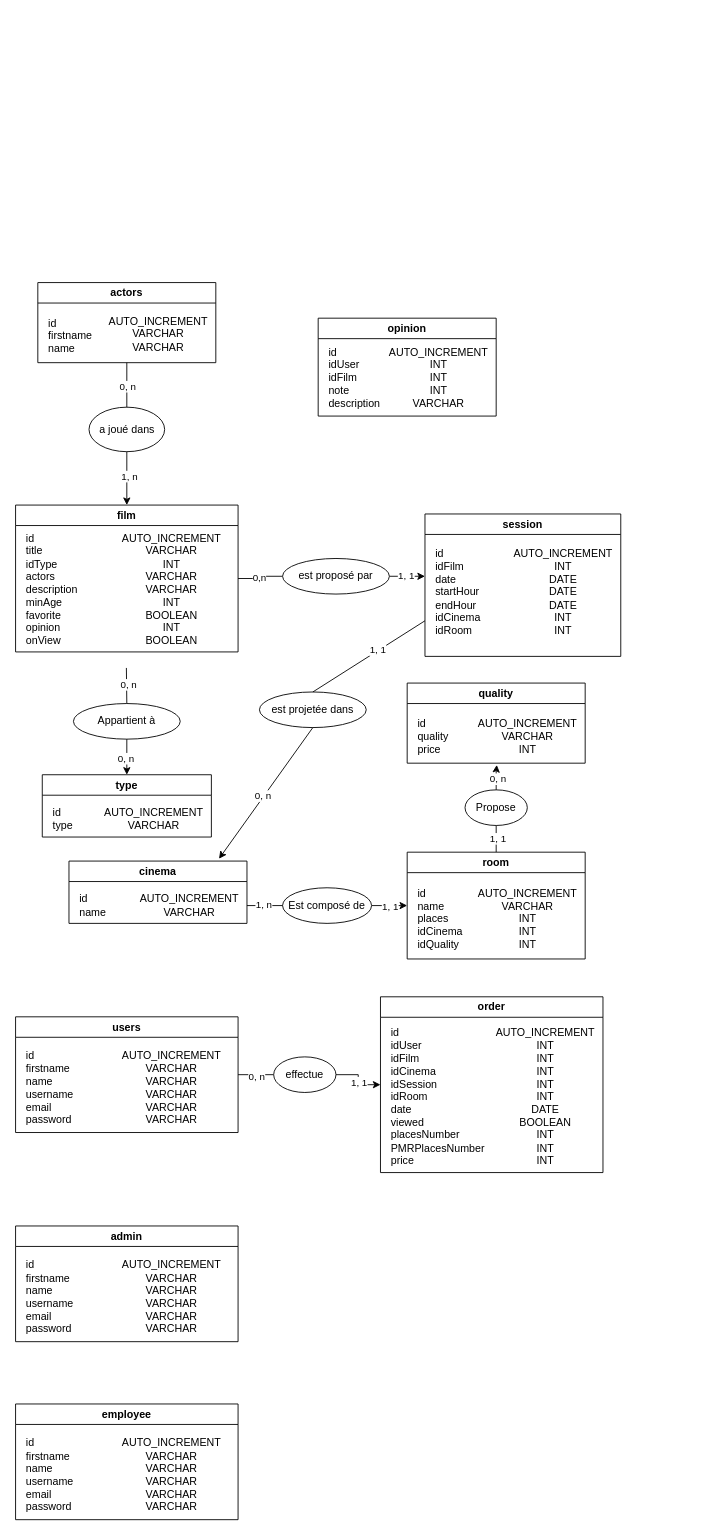
The draw.io diagram charts/MCD.drawio in Thifanie/cinephoria, before the edit. Source tidied: cells renumbered, new cells numbered last; positions are measured from the earlier drawing's top-left corner, leaving out a move shared by most shapes. Both pictures are drawn from the tidied source at 89%, with x=0, y=0 at pixel (15, 282).
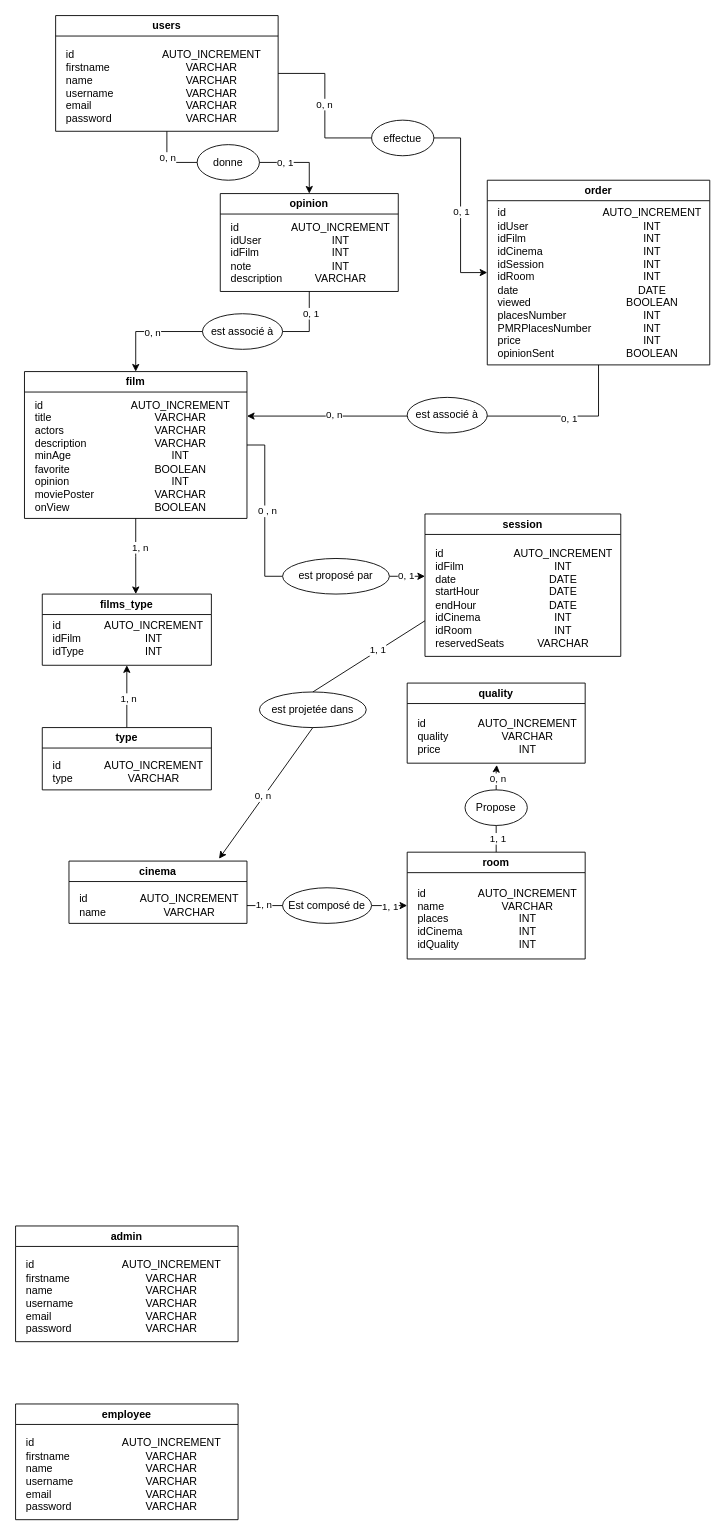
Above is the later version.

Commit message:
Mettre à jour MCD.drawio

Unchanged cells that the change refers to:
```xml
<mxCell id="7" style="edgeStyle=orthogonalEdgeStyle;rounded=0;jettySize=auto;html=1;exitX=1;exitY=0.5;exitDx=0;exitDy=0;entryX=0;entryY=0.5;entryDx=0;entryDy=0;strokeColor=default;endArrow=none;endFill=0;" parent="1" edge="1" source="9" target="19">
  <mxGeometry relative="1" as="geometry" />
</mxCell>
<mxCell id="14" value="session" style="swimlane;whiteSpace=wrap;html=1;fillColor=#FFFFFF;gradientColor=none;swimlaneLine=1;rounded=0;shadow=0;glass=0;" parent="1" vertex="1">
  <mxGeometry x="460" y="260" width="220" height="160" as="geometry" />
</mxCell>
<mxCell id="17" style="edgeStyle=orthogonalEdgeStyle;rounded=0;jettySize=auto;html=1;exitX=1;exitY=0.5;exitDx=0;exitDy=0;endArrow=classic;endFill=1;" parent="1" edge="1" source="19">
  <mxGeometry relative="1" as="geometry">
    <mxPoint x="460" y="330" as="targetPoint" />
  </mxGeometry>
</mxCell>
<mxCell id="70" value="opinion" style="swimlane;whiteSpace=wrap;html=1;fillColor=#FFFFFF;gradientColor=none;swimlaneLine=1;rounded=0;shadow=0;glass=0;startSize=23;" parent="69" vertex="1">
  <mxGeometry width="200" height="110" as="geometry" />
</mxCell>
```

The edit, as a diff of the source:
```diff
@@
-    <mxCell id="2" style="edgeStyle=orthogonalEdgeStyle;rounded=0;jettySize=auto;html=1;entryX=0;entryY=0.5;entryDx=0;entryDy=0;endArrow=none;endFill=0;" parent="1" edge="1" source="4" target="55">
-      <mxGeometry relative="1" as="geometry" />
-    </mxCell>
-    <mxCell id="3" value="0, n" style="edgeLabel;html=1;align=center;verticalAlign=middle;" parent="2" vertex="1">
-      <mxGeometry x="-0.02" y="-1" relative="1" as="geometry" />
-    </mxCell>
-    <mxCell id="4" value="users" style="swimlane;whiteSpace=wrap;html=1;fillColor=#FFFFFF;gradientColor=none;swimlaneLine=1;rounded=0;shadow=0;glass=0;startSize=23;" parent="1" vertex="1">
-      <mxGeometry y="825" width="250" height="130" as="geometry" />
-    </mxCell>
-    <mxCell id="5" value="AUTO_INCREMENT&lt;div&gt;VARCHAR&lt;/div&gt;&lt;div&gt;VARCHAR&lt;/div&gt;&lt;div&gt;VARCHAR&lt;/div&gt;&lt;div&gt;VARCHAR&lt;/div&gt;&lt;div&gt;VARCHAR&lt;/div&gt;" style="text;html=1;align=center;verticalAlign=middle;strokeColor=none;fillColor=none;" parent="4" vertex="1">
-      <mxGeometry x="110" y="30" width="130" height="100" as="geometry" />
-    </mxCell>
-    <mxCell id="6" value="id&lt;div&gt;firstname&lt;div&gt;name&lt;/div&gt;&lt;/div&gt;&lt;div style=&quot;&quot;&gt;username&lt;/div&gt;&lt;div&gt;email&lt;/div&gt;&lt;div&gt;password&lt;/div&gt;" style="text;html=1;align=left;verticalAlign=middle;strokeColor=none;fillColor=none;" parent="4" vertex="1">
-      <mxGeometry x="10" y="30" width="80" height="100" as="geometry" />
-    </mxCell>
@@
-    <mxCell id="8" value="0,n" style="edgeLabel;html=1;align=center;verticalAlign=middle;" parent="7" vertex="1">
+    <mxCell id="8" value="0 , n" style="edgeLabel;html=1;align=center;verticalAlign=middle;" parent="7" vertex="1">
       <mxGeometry y="2" relative="1" as="geometry" />
     </mxCell>
     <mxCell id="9" value="film" style="swimlane;whiteSpace=wrap;html=1;fillColor=#FFFFFF;gradientColor=none;swimlaneLine=1;rounded=0;shadow=0;glass=0;startSize=23;" parent="1" vertex="1">
-      <mxGeometry y="250" width="250" height="165" as="geometry" />
+      <mxGeometry x="10" y="100" width="250" height="165" as="geometry" />
     </mxCell>
-    <mxCell id="10" value="AUTO_INCREMENT&lt;div&gt;VARCHAR&lt;/div&gt;&lt;div&gt;INT&lt;/div&gt;&lt;div&gt;VARCHAR&lt;/div&gt;&lt;div&gt;VARCHAR&lt;/div&gt;&lt;div&gt;INT&lt;/div&gt;&lt;div&gt;BOOLEAN&lt;/div&gt;&lt;div&gt;INT&lt;/div&gt;&lt;div&gt;BOOLEAN&lt;/div&gt;" style="text;html=1;align=center;verticalAlign=middle;strokeColor=none;fillColor=none;" parent="9" vertex="1">
+    <mxCell id="10" value="AUTO_INCREMENT&lt;div&gt;VARCHAR&lt;/div&gt;&lt;div&gt;VARCHAR&lt;/div&gt;&lt;div&gt;VARCHAR&lt;/div&gt;&lt;div&gt;INT&lt;/div&gt;&lt;div&gt;BOOLEAN&lt;/div&gt;&lt;div&gt;INT&lt;/div&gt;&lt;div&gt;VARCHAR&lt;/div&gt;&lt;div&gt;BOOLEAN&lt;/div&gt;" style="text;html=1;align=center;verticalAlign=middle;strokeColor=none;fillColor=none;" parent="9" vertex="1">
       <mxGeometry x="110" y="25" width="130" height="140" as="geometry" />
     </mxCell>
-    <mxCell id="11" value="id&lt;div&gt;title&lt;div&gt;idType&lt;/div&gt;&lt;/div&gt;&lt;div style=&quot;&quot;&gt;actors&lt;/div&gt;&lt;div&gt;description&lt;/div&gt;&lt;div&gt;minAge&lt;/div&gt;&lt;div&gt;favorite&lt;/div&gt;&lt;div&gt;opinion&lt;/div&gt;&lt;div&gt;onView&lt;/div&gt;" style="text;html=1;align=left;verticalAlign=middle;strokeColor=none;fillColor=none;" parent="9" vertex="1">
-      <mxGeometry x="10" y="25" width="80" height="140" as="geometry" />
+    <mxCell id="11" value="id&lt;div&gt;title&lt;/div&gt;&lt;div style=&quot;&quot;&gt;actors&lt;/div&gt;&lt;div&gt;description&lt;/div&gt;&lt;div&gt;minAge&lt;/div&gt;&lt;div&gt;favorite&lt;/div&gt;&lt;div&gt;opinion&lt;/div&gt;&lt;div&gt;moviePoster&lt;/div&gt;&lt;div&gt;onView&lt;/div&gt;" style="text;html=1;align=left;verticalAlign=middle;strokeColor=none;fillColor=none;" parent="9" vertex="1">
+      <mxGeometry x="10" y="25" width="90" height="140" as="geometry" />
     </mxCell>
-    <mxCell id="12" style="endArrow=none;html=1;rounded=0;exitX=0.5;exitY=0;exitDx=0;exitDy=0;" parent="1" edge="1">
-      <mxGeometry relative="1" as="geometry">
-        <mxPoint x="125" y="473" as="sourcePoint" />
-        <mxPoint x="124.5" y="433" as="targetPoint" />
-      </mxGeometry>
-    </mxCell>
-    <mxCell id="13" value="0, n" style="edgeLabel;html=1;align=center;verticalAlign=middle;" parent="12" vertex="1">
-      <mxGeometry x="0.03" y="-2" relative="1" as="geometry" />
-    </mxCell>
@@
-    <mxCell id="15" value="AUTO_INCREMENT&lt;div&gt;INT&lt;/div&gt;&lt;div&gt;DATE&lt;/div&gt;&lt;div&gt;DATE&lt;/div&gt;&lt;div&gt;DATE&lt;/div&gt;&lt;div&gt;INT&lt;/div&gt;&lt;div&gt;INT&lt;/div&gt;&lt;div&gt;&lt;br&gt;&lt;/div&gt;" style="text;html=1;align=center;verticalAlign=middle;strokeColor=none;fillColor=none;" parent="14" vertex="1">
+    <mxCell id="15" value="AUTO_INCREMENT&lt;div&gt;INT&lt;/div&gt;&lt;div&gt;DATE&lt;/div&gt;&lt;div&gt;DATE&lt;/div&gt;&lt;div&gt;DATE&lt;/div&gt;&lt;div&gt;INT&lt;/div&gt;&lt;div&gt;INT&lt;/div&gt;&lt;div&gt;VARCHAR&lt;/div&gt;" style="text;html=1;align=center;verticalAlign=middle;strokeColor=none;fillColor=none;" parent="14" vertex="1">
       <mxGeometry x="90" y="30" width="130" height="130" as="geometry" />
     </mxCell>
-    <mxCell id="16" value="id&lt;div&gt;idFilm&lt;br&gt;&lt;div&gt;date&lt;/div&gt;&lt;/div&gt;&lt;div style=&quot;&quot;&gt;startHour&lt;/div&gt;&lt;div&gt;endHour&lt;/div&gt;&lt;div&gt;idCinema&lt;/div&gt;&lt;div&gt;idRoom&lt;/div&gt;&lt;div&gt;&lt;br&gt;&lt;/div&gt;" style="text;html=1;align=left;verticalAlign=middle;strokeColor=none;fillColor=none;" parent="14" vertex="1">
-      <mxGeometry x="10" y="30" width="70" height="130" as="geometry" />
+    <mxCell id="16" value="id&lt;div&gt;idFilm&lt;br&gt;&lt;div&gt;date&lt;/div&gt;&lt;/div&gt;&lt;div style=&quot;&quot;&gt;startHour&lt;/div&gt;&lt;div&gt;endHour&lt;/div&gt;&lt;div&gt;idCinema&lt;/div&gt;&lt;div&gt;idRoom&lt;/div&gt;&lt;div&gt;reservedSeats&lt;/div&gt;" style="text;html=1;align=left;verticalAlign=middle;strokeColor=none;fillColor=none;" parent="14" vertex="1">
+      <mxGeometry x="10" y="30" width="100" height="130" as="geometry" />
     </mxCell>
@@
-    <mxCell id="18" value="1, 1" style="edgeLabel;html=1;align=center;verticalAlign=middle;" parent="17" vertex="1">
+    <mxCell id="18" value="0, 1" style="edgeLabel;html=1;align=center;verticalAlign=middle;" parent="17" vertex="1">
       <mxGeometry x="-0.1" y="1" relative="1" as="geometry" />
     </mxCell>
@@
+    <mxCell id="73" style="edgeStyle=orthogonalEdgeStyle;rounded=0;jettySize=auto;html=1;" parent="1" edge="1" source="40" target="75">
+      <mxGeometry relative="1" as="geometry" />
+    </mxCell>
+    <mxCell id="74" value="1, n" style="edgeLabel;html=1;align=center;verticalAlign=middle;" parent="73" vertex="1">
+      <mxGeometry x="-0.06" y="-1" relative="1" as="geometry" />
+    </mxCell>
     <mxCell id="40" value="type" style="swimlane;whiteSpace=wrap;html=1;fillColor=#FFFFFF;gradientColor=none;swimlaneLine=1;rounded=0;shadow=0;glass=0;" parent="1" vertex="1">
-      <mxGeometry x="30" y="553" width="190" height="70" as="geometry" />
+      <mxGeometry x="30" y="500" width="190" height="70" as="geometry" />
     </mxCell>
@@
-    <mxCell id="43" value="Appartient à" style="ellipse;whiteSpace=wrap;html=1;" parent="1" vertex="1">
-      <mxGeometry x="65" y="473" width="120" height="40" as="geometry" />
-    </mxCell>
-    <mxCell id="44" style="endArrow=classic;html=1;rounded=0;entryX=0.5;entryY=1;entryDx=0;entryDy=0;endFill=1;exitX=0.5;exitY=1;exitDx=0;exitDy=0;" parent="1" edge="1" source="43">
-      <mxGeometry relative="1" as="geometry">
-        <mxPoint x="125" y="553" as="targetPoint" />
-      </mxGeometry>
-    </mxCell>
-    <mxCell id="45" value="0, n" style="edgeLabel;html=1;align=center;verticalAlign=middle;" parent="44" vertex="1">
-      <mxGeometry x="0.03" y="-2" relative="1" as="geometry" />
-    </mxCell>
@@
-    <mxCell id="50" value="order" style="swimlane;whiteSpace=wrap;html=1;fillColor=#FFFFFF;gradientColor=none;swimlaneLine=1;rounded=0;shadow=0;glass=0;" parent="1" vertex="1">
-      <mxGeometry x="410" y="802.5" width="250" height="197.5" as="geometry" />
-    </mxCell>
-    <mxCell id="51" value="AUTO_INCREMENT&lt;div&gt;INT&lt;/div&gt;&lt;div&gt;INT&lt;/div&gt;&lt;div&gt;INT&lt;/div&gt;&lt;div&gt;INT&lt;/div&gt;&lt;div&gt;INT&lt;/div&gt;&lt;div&gt;DATE&lt;/div&gt;&lt;div&gt;BOOLEAN&lt;/div&gt;&lt;div&gt;INT&lt;/div&gt;&lt;div&gt;INT&lt;/div&gt;&lt;div&gt;INT&lt;/div&gt;" style="text;html=1;align=center;verticalAlign=middle;strokeColor=none;fillColor=none;" parent="50" vertex="1">
-      <mxGeometry x="120" y="27.5" width="130" height="170" as="geometry" />
-    </mxCell>
-    <mxCell id="52" value="id&lt;div&gt;idUser&lt;br&gt;&lt;div&gt;idFilm&lt;/div&gt;&lt;div&gt;idCinema&lt;br&gt;&lt;div&gt;idSession&lt;/div&gt;&lt;/div&gt;&lt;div&gt;idRoom&lt;/div&gt;&lt;div&gt;date&lt;/div&gt;&lt;div&gt;viewed&lt;/div&gt;&lt;div&gt;placesNumber&lt;/div&gt;&lt;div&gt;PMRPlacesNumber&lt;/div&gt;&lt;div&gt;price&lt;/div&gt;&lt;/div&gt;" style="text;html=1;align=left;verticalAlign=middle;strokeColor=none;fillColor=none;" parent="50" vertex="1">
-      <mxGeometry x="10" y="27.5" width="130" height="170" as="geometry" />
-    </mxCell>
-    <mxCell id="53" style="edgeStyle=orthogonalEdgeStyle;rounded=0;jettySize=auto;html=1;entryX=0;entryY=0.5;entryDx=0;entryDy=0;endArrow=classic;endFill=1;" parent="1" edge="1" source="55" target="50">
-      <mxGeometry relative="1" as="geometry" />
-    </mxCell>
-    <mxCell id="54" value="1, 1" style="edgeLabel;html=1;align=center;verticalAlign=middle;" parent="53" vertex="1">
-      <mxGeometry x="0.07" relative="1" as="geometry" />
-    </mxCell>
-    <mxCell id="55" value="effectue" style="ellipse;whiteSpace=wrap;html=1;" parent="1" vertex="1">
-      <mxGeometry x="290" y="870" width="70" height="40" as="geometry" />
-    </mxCell>
@@
-    <mxCell id="62" style="edgeStyle=orthogonalEdgeStyle;rounded=0;jettySize=auto;html=1;entryX=0.5;entryY=0;entryDx=0;entryDy=0;" parent="1" edge="1" source="65" target="9">
-      <mxGeometry relative="1" as="geometry" />
-    </mxCell>
-    <mxCell id="63" value="0, n" style="edgeLabel;html=1;align=center;verticalAlign=middle;" parent="62" vertex="1">
-      <mxGeometry x="-0.68" relative="1" as="geometry" />
-    </mxCell>
-    <mxCell id="64" value="1, n" style="edgeLabel;html=1;align=center;verticalAlign=middle;" parent="62" vertex="1">
-      <mxGeometry x="0.59" y="2" relative="1" as="geometry" />
-    </mxCell>
-    <mxCell id="65" value="actors" style="swimlane;whiteSpace=wrap;html=1;fillColor=#FFFFFF;gradientColor=none;swimlaneLine=1;rounded=0;shadow=0;glass=0;startSize=23;" parent="1" vertex="1">
-      <mxGeometry x="25" width="200" height="90" as="geometry" />
-    </mxCell>
-    <mxCell id="66" value="AUTO_INCREMENT&lt;div&gt;VARCHAR&lt;/div&gt;&lt;div&gt;VARCHAR&lt;/div&gt;&lt;div&gt;&lt;br&gt;&lt;/div&gt;" style="text;html=1;align=center;verticalAlign=middle;strokeColor=none;fillColor=none;" parent="65" vertex="1">
-      <mxGeometry x="70" y="30" width="130" height="70" as="geometry" />
-    </mxCell>
-    <mxCell id="67" value="id&lt;div&gt;firstname&lt;br&gt;&lt;div&gt;name&lt;/div&gt;&lt;/div&gt;" style="text;html=1;align=left;verticalAlign=middle;strokeColor=none;fillColor=none;" parent="65" vertex="1">
-      <mxGeometry x="10" y="30" width="70" height="60" as="geometry" />
-    </mxCell>
-    <mxCell id="68" value="a joué dans" style="ellipse;whiteSpace=wrap;html=1;" parent="1" vertex="1">
-      <mxGeometry x="82.5" y="140" width="85" height="50" as="geometry" />
-    </mxCell>
     <mxCell id="69" style="group;" parent="1" vertex="1">
-      <mxGeometry x="340" y="40" width="200" height="112" as="geometry" />
+      <mxGeometry x="230" y="-100" width="200" height="112" as="geometry" />
     </mxCell>
@@
+    <mxCell id="75" value="films_type" style="swimlane;whiteSpace=wrap;html=1;fillColor=#FFFFFF;gradientColor=none;swimlaneLine=1;rounded=0;shadow=0;glass=0;" parent="1" vertex="1">
+      <mxGeometry x="30" y="350" width="190" height="80" as="geometry" />
+    </mxCell>
+    <mxCell id="76" value="AUTO_INCREMENT&lt;div&gt;INT&lt;/div&gt;&lt;div&gt;INT&lt;/div&gt;" style="text;html=1;align=center;verticalAlign=middle;strokeColor=none;fillColor=none;" parent="75" vertex="1">
+      <mxGeometry x="60" y="20" width="130" height="60" as="geometry" />
+    </mxCell>
+    <mxCell id="77" value="id&lt;div&gt;idFilm&lt;/div&gt;&lt;div&gt;idType&lt;/div&gt;" style="text;html=1;align=left;verticalAlign=middle;strokeColor=none;fillColor=none;" parent="75" vertex="1">
+      <mxGeometry x="10" y="20" width="60" height="60" as="geometry" />
+    </mxCell>
+    <mxCell id="78" style="edgeStyle=orthogonalEdgeStyle;rounded=0;jettySize=auto;html=1;entryX=0.553;entryY=0;entryDx=0;entryDy=0;entryPerimeter=0;" parent="1" edge="1" source="9" target="75">
+      <mxGeometry relative="1" as="geometry" />
+    </mxCell>
+    <mxCell id="79" value="1, n" style="edgeLabel;html=1;align=center;verticalAlign=middle;" parent="78" vertex="1">
+      <mxGeometry x="-0.25" y="4" relative="1" as="geometry" />
+    </mxCell>
+    <mxCell id="2" style="edgeStyle=orthogonalEdgeStyle;rounded=0;jettySize=auto;html=1;entryX=0;entryY=0.5;entryDx=0;entryDy=0;endArrow=none;endFill=0;" parent="1" edge="1" source="4" target="55">
+      <mxGeometry relative="1" as="geometry" />
+    </mxCell>
+    <mxCell id="80" value="0, n" style="edgeLabel;html=1;align=center;verticalAlign=middle;" parent="2" vertex="1">
+      <mxGeometry x="-0.02" y="-1" relative="1" as="geometry" />
+    </mxCell>
+    <mxCell id="81" style="edgeStyle=orthogonalEdgeStyle;rounded=0;jettySize=auto;html=1;" parent="1" edge="1" source="4" target="70">
+      <mxGeometry relative="1" as="geometry" />
+    </mxCell>
+    <mxCell id="82" value="0, n" style="edgeLabel;html=1;align=center;verticalAlign=middle;" parent="81" vertex="1">
+      <mxGeometry x="-0.75" relative="1" as="geometry" />
+    </mxCell>
+    <mxCell id="83" value="0, 1" style="edgeLabel;html=1;align=center;verticalAlign=middle;" parent="81" vertex="1">
+      <mxGeometry x="0.45" y="1" relative="1" as="geometry" />
+    </mxCell>
+    <mxCell id="4" value="users" style="swimlane;whiteSpace=wrap;html=1;fillColor=#FFFFFF;gradientColor=none;swimlaneLine=1;rounded=0;shadow=0;glass=0;startSize=23;" parent="1" vertex="1">
+      <mxGeometry x="45" y="-300" width="250" height="130" as="geometry" />
+    </mxCell>
+    <mxCell id="5" value="AUTO_INCREMENT&lt;div&gt;VARCHAR&lt;/div&gt;&lt;div&gt;VARCHAR&lt;/div&gt;&lt;div&gt;VARCHAR&lt;/div&gt;&lt;div&gt;VARCHAR&lt;/div&gt;&lt;div&gt;VARCHAR&lt;/div&gt;" style="text;html=1;align=center;verticalAlign=middle;strokeColor=none;fillColor=none;" parent="4" vertex="1">
+      <mxGeometry x="110" y="30" width="130" height="100" as="geometry" />
+    </mxCell>
+    <mxCell id="6" value="id&lt;div&gt;firstname&lt;div&gt;name&lt;/div&gt;&lt;/div&gt;&lt;div style=&quot;&quot;&gt;username&lt;/div&gt;&lt;div&gt;email&lt;/div&gt;&lt;div&gt;password&lt;/div&gt;" style="text;html=1;align=left;verticalAlign=middle;strokeColor=none;fillColor=none;" parent="4" vertex="1">
+      <mxGeometry x="10" y="30" width="80" height="100" as="geometry" />
+    </mxCell>
+    <mxCell id="84" style="edgeStyle=orthogonalEdgeStyle;rounded=0;jettySize=auto;html=1;" parent="1" edge="1" source="50" target="9">
+      <mxGeometry relative="1" as="geometry">
+        <Array as="points">
+          <mxPoint x="655" y="150" />
+        </Array>
+      </mxGeometry>
+    </mxCell>
+    <mxCell id="85" value="0, 1" style="edgeLabel;html=1;align=center;verticalAlign=middle;" parent="84" vertex="1">
+      <mxGeometry x="-0.6" y="2" relative="1" as="geometry" />
+    </mxCell>
+    <mxCell id="86" value="0, n" style="edgeLabel;html=1;align=center;verticalAlign=middle;" parent="84" vertex="1">
+      <mxGeometry x="0.57" y="-2" relative="1" as="geometry" />
+    </mxCell>
+    <mxCell id="50" value="order" style="swimlane;whiteSpace=wrap;html=1;fillColor=#FFFFFF;gradientColor=none;swimlaneLine=1;rounded=0;shadow=0;glass=0;" parent="1" vertex="1">
+      <mxGeometry x="530" y="-115" width="250" height="207.5" as="geometry" />
+    </mxCell>
+    <mxCell id="87" value="AUTO_INCREMENT&lt;div&gt;INT&lt;/div&gt;&lt;div&gt;INT&lt;/div&gt;&lt;div&gt;INT&lt;/div&gt;&lt;div&gt;INT&lt;/div&gt;&lt;div&gt;INT&lt;/div&gt;&lt;div&gt;DATE&lt;/div&gt;&lt;div&gt;BOOLEAN&lt;/div&gt;&lt;div&gt;INT&lt;/div&gt;&lt;div&gt;INT&lt;/div&gt;&lt;div&gt;INT&lt;/div&gt;&lt;div&gt;BOOLEAN&lt;/div&gt;" style="text;html=1;align=center;verticalAlign=middle;strokeColor=none;fillColor=none;" parent="50" vertex="1">
+      <mxGeometry x="120" y="20.5" width="130" height="190" as="geometry" />
+    </mxCell>
+    <mxCell id="88" value="id&lt;div&gt;idUser&lt;br&gt;&lt;div&gt;idFilm&lt;/div&gt;&lt;div&gt;idCinema&lt;br&gt;&lt;div&gt;idSession&lt;/div&gt;&lt;/div&gt;&lt;div&gt;idRoom&lt;/div&gt;&lt;div&gt;date&lt;/div&gt;&lt;div&gt;viewed&lt;/div&gt;&lt;div&gt;placesNumber&lt;/div&gt;&lt;div&gt;PMRPlacesNumber&lt;/div&gt;&lt;div&gt;price&lt;/div&gt;&lt;/div&gt;&lt;div&gt;opinionSent&lt;/div&gt;" style="text;html=1;align=left;verticalAlign=middle;strokeColor=none;fillColor=none;" parent="50" vertex="1">
+      <mxGeometry x="10" y="20.5" width="130" height="190" as="geometry" />
+    </mxCell>
+    <mxCell id="53" style="edgeStyle=orthogonalEdgeStyle;rounded=0;jettySize=auto;html=1;entryX=0;entryY=0.5;entryDx=0;entryDy=0;endArrow=classic;endFill=1;" parent="1" edge="1" source="55" target="50">
+      <mxGeometry relative="1" as="geometry" />
+    </mxCell>
+    <mxCell id="89" value="0, 1" style="edgeLabel;html=1;align=center;verticalAlign=middle;" parent="53" vertex="1">
+      <mxGeometry x="0.07" relative="1" as="geometry" />
+    </mxCell>
+    <mxCell id="55" value="effectue" style="ellipse;whiteSpace=wrap;html=1;" parent="1" vertex="1">
+      <mxGeometry x="400" y="-182.5" width="70" height="40" as="geometry" />
+    </mxCell>
+    <mxCell id="90" value="donne" style="ellipse;whiteSpace=wrap;html=1;" parent="1" vertex="1">
+      <mxGeometry x="204" y="-155" width="70" height="40" as="geometry" />
+    </mxCell>
+    <mxCell id="91" style="edgeStyle=orthogonalEdgeStyle;rounded=0;jettySize=auto;html=1;" parent="1" edge="1" source="70" target="9">
+      <mxGeometry relative="1" as="geometry" />
+    </mxCell>
+    <mxCell id="92" value="0, 1" style="edgeLabel;html=1;align=center;verticalAlign=middle;" parent="91" vertex="1">
+      <mxGeometry x="-0.83" y="1" relative="1" as="geometry" />
+    </mxCell>
+    <mxCell id="93" value="0, n" style="edgeLabel;html=1;align=center;verticalAlign=middle;" parent="91" vertex="1">
+      <mxGeometry x="0.56" y="1" relative="1" as="geometry" />
+    </mxCell>
+    <mxCell id="94" value="est associé à" style="ellipse;whiteSpace=wrap;html=1;" parent="1" vertex="1">
+      <mxGeometry x="210" y="35" width="90" height="40" as="geometry" />
+    </mxCell>
+    <mxCell id="95" value="est associé à" style="ellipse;whiteSpace=wrap;html=1;" parent="1" vertex="1">
+      <mxGeometry x="440" y="129" width="90" height="40" as="geometry" />
+    </mxCell>
```
